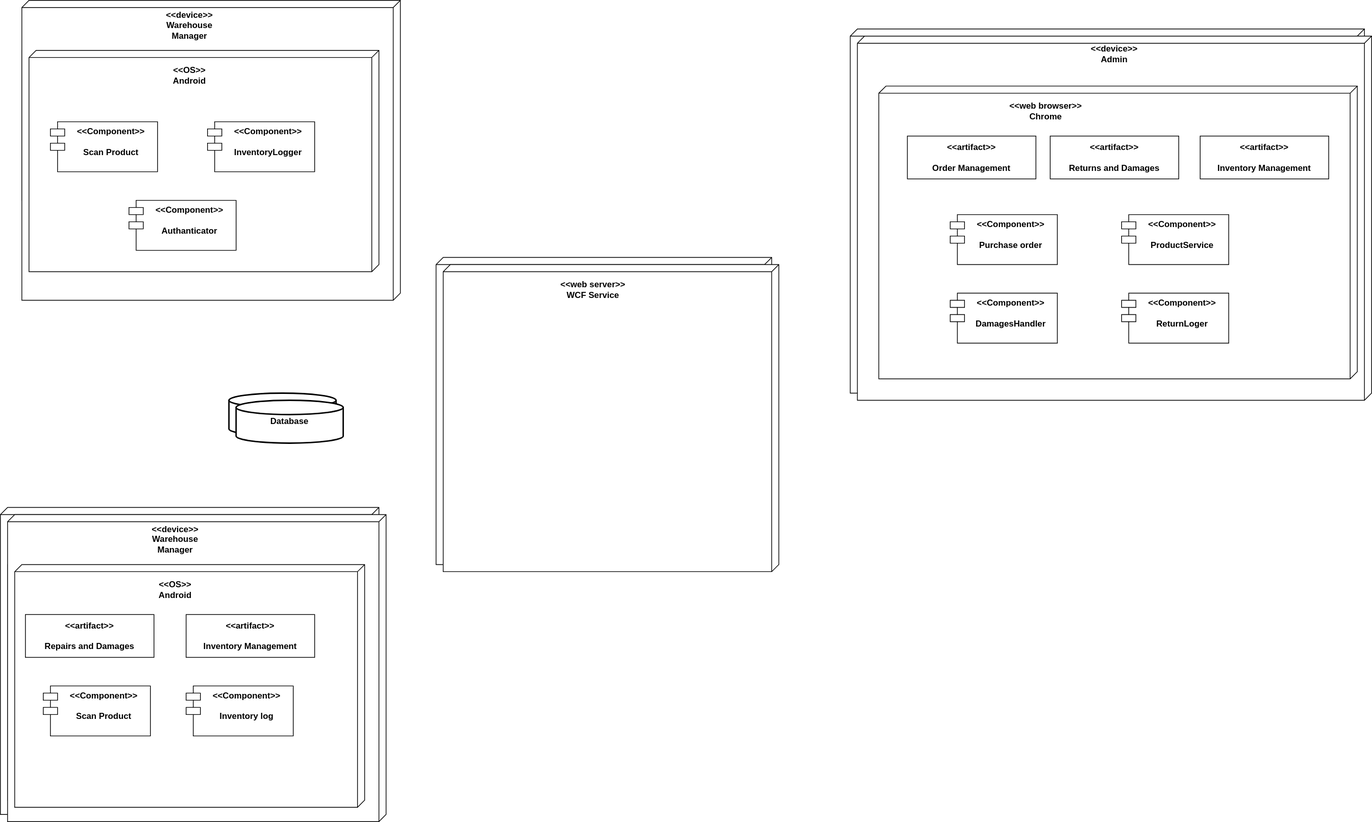
The draw.io diagram component_deployment.svg in Simamkele88/IFM3_GP, before a commit. Source tidied: cells renumbered, new cells last; positions are measured from the earlier drawing's top-left corner, leaving out a move shared by most shapes.
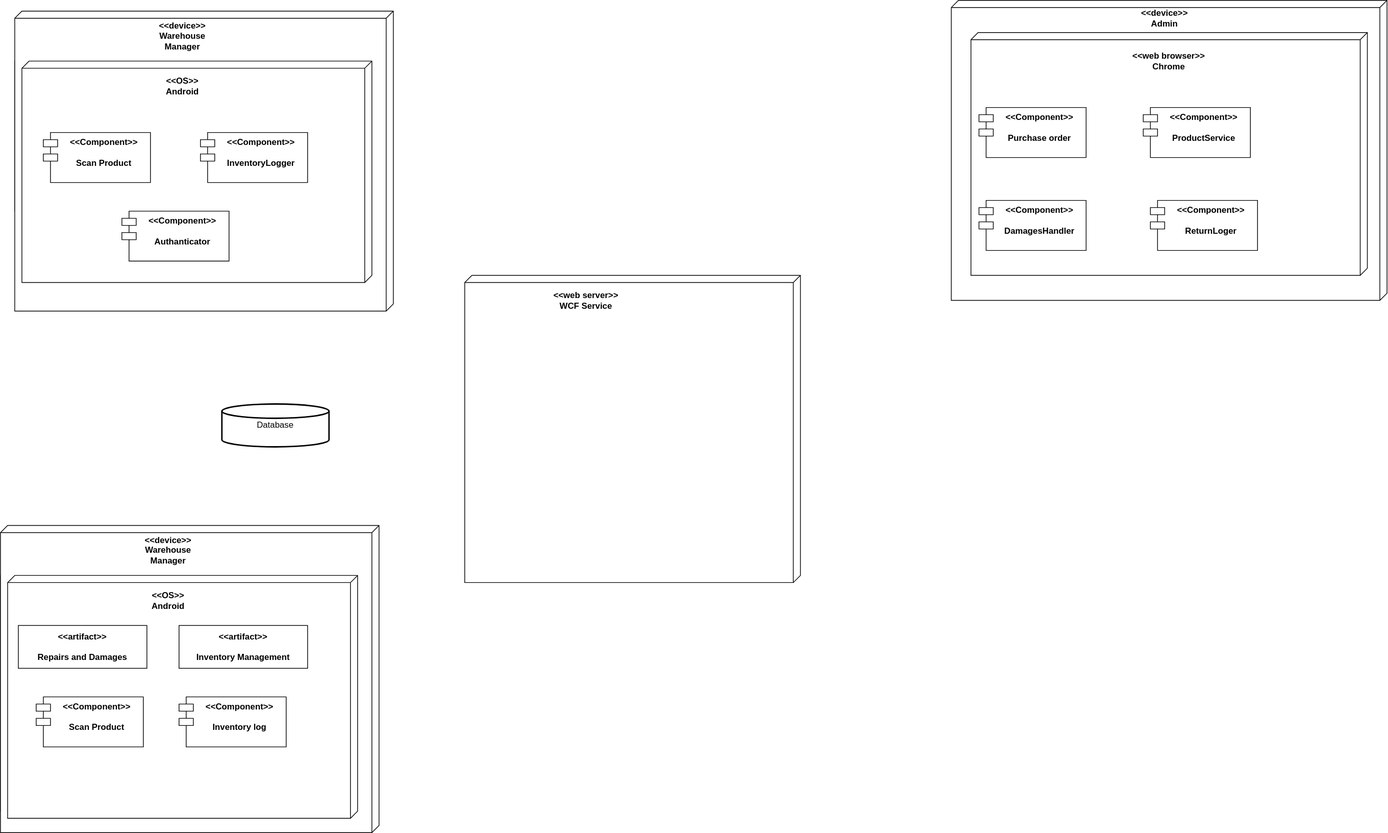
After the commit.

Diff of the diagram source:
```diff
@@ -17,51 +17,12 @@
     <mxCell id="6" value="&lt;div&gt;&amp;lt;&amp;lt;Component&amp;gt;&amp;gt;&lt;/div&gt;&lt;div&gt;&lt;br&gt;&lt;/div&gt;&lt;div&gt;InventoryLogger&lt;/div&gt;" style="shape=module;align=left;spacingLeft=20;align=center;verticalAlign=top;whiteSpace=wrap;html=1;" parent="1" vertex="1">
       <mxGeometry x="280" y="160" width="150" height="70" as="geometry" />
     </mxCell>
-    <mxCell id="7" style="verticalAlign=top;align=left;spacingTop=8;spacingLeft=2;spacingRight=12;shape=cube;size=10;direction=south;fontStyle=4;html=1;whiteSpace=wrap;" parent="1" vertex="1">
-      <mxGeometry x="1190" y="40" width="720" height="510" as="geometry" />
-    </mxCell>
-    <mxCell id="8" style="verticalAlign=top;align=left;spacingTop=8;spacingLeft=2;spacingRight=12;shape=cube;size=10;direction=south;fontStyle=4;html=1;whiteSpace=wrap;" parent="1" vertex="1">
-      <mxGeometry x="1220" y="110" width="670" height="410" as="geometry" />
-    </mxCell>
-    <mxCell id="9" value="&lt;div&gt;&amp;lt;&amp;lt;device&amp;gt;&amp;gt;&lt;/div&gt;&lt;div&gt;Admin&lt;/div&gt;" style="text;html=1;align=center;verticalAlign=middle;whiteSpace=wrap;rounded=0;" parent="1" vertex="1">
-      <mxGeometry x="1520" y="50" width="60" height="30" as="geometry" />
-    </mxCell>
-    <mxCell id="10" value="&lt;div&gt;&amp;lt;&amp;lt;web browser&amp;gt;&amp;gt;&lt;/div&gt;&lt;div&gt;Chrome&lt;/div&gt;" style="text;html=1;align=center;verticalAlign=middle;whiteSpace=wrap;rounded=0;" parent="1" vertex="1">
-      <mxGeometry x="1397.5" y="130" width="112.5" height="30" as="geometry" />
-    </mxCell>
-    <mxCell id="11" value="&lt;div&gt;&amp;lt;&amp;lt;Component&amp;gt;&amp;gt;&lt;/div&gt;&lt;div&gt;&lt;br&gt;&lt;/div&gt;&lt;div&gt;Purchase order&lt;/div&gt;" style="shape=module;align=left;spacingLeft=20;align=center;verticalAlign=top;whiteSpace=wrap;html=1;" parent="1" vertex="1">
-      <mxGeometry x="1320" y="290" width="150" height="70" as="geometry" />
-    </mxCell>
-    <mxCell id="12" value="&amp;lt;&amp;lt;artifact&amp;gt;&amp;gt;&lt;br&gt;&lt;br&gt;&lt;b&gt;Returns and Damages&lt;/b&gt;" style="html=1;align=center;verticalAlign=middle;dashed=0;whiteSpace=wrap;" parent="1" vertex="1">
-      <mxGeometry x="1460" y="180" width="180" height="60" as="geometry" />
-    </mxCell>
-    <mxCell id="13" value="&amp;lt;&amp;lt;artifact&amp;gt;&amp;gt;&lt;br&gt;&lt;br&gt;&lt;b&gt;Order Management&lt;/b&gt;" style="html=1;align=center;verticalAlign=middle;dashed=0;whiteSpace=wrap;" parent="1" vertex="1">
-      <mxGeometry x="1260" y="180" width="180" height="60" as="geometry" />
-    </mxCell>
-    <mxCell id="14" value="&lt;div&gt;&amp;lt;&amp;lt;Component&amp;gt;&amp;gt;&lt;/div&gt;&lt;div&gt;&lt;br&gt;&lt;/div&gt;&lt;div&gt;ProductService&lt;/div&gt;" style="shape=module;align=left;spacingLeft=20;align=center;verticalAlign=top;whiteSpace=wrap;html=1;" parent="1" vertex="1">
-      <mxGeometry x="1560" y="290" width="150" height="70" as="geometry" />
-    </mxCell>
-    <mxCell id="15" style="verticalAlign=top;align=left;spacingTop=8;spacingLeft=2;spacingRight=12;shape=cube;size=10;direction=south;fontStyle=4;html=1;whiteSpace=wrap;" parent="1" vertex="1">
-      <mxGeometry x="610" y="360" width="470" height="430" as="geometry" />
-    </mxCell>
     <mxCell id="16" value="&lt;div&gt;&amp;lt;&amp;lt;web server&amp;gt;&amp;gt;&lt;/div&gt;&lt;div&gt;WCF Service&lt;/div&gt;" style="text;html=1;align=center;verticalAlign=middle;whiteSpace=wrap;rounded=0;" parent="1" vertex="1">
       <mxGeometry x="770" y="380" width="100" height="30" as="geometry" />
     </mxCell>
     <mxCell id="17" value="Database" style="strokeWidth=2;html=1;shape=mxgraph.flowchart.database;whiteSpace=wrap;" parent="1" vertex="1">
       <mxGeometry x="320" y="550" width="150" height="60" as="geometry" />
     </mxCell>
-    <mxCell id="18" value="&amp;lt;&amp;lt;artifact&amp;gt;&amp;gt;&lt;br&gt;&lt;div&gt;&lt;b&gt;&lt;br&gt;&lt;/b&gt;&lt;/div&gt;&lt;div&gt;&lt;b&gt;Inventory Management&lt;/b&gt;&lt;/div&gt;" style="html=1;align=center;verticalAlign=middle;dashed=0;whiteSpace=wrap;" parent="1" vertex="1">
-      <mxGeometry x="1670" y="180" width="180" height="60" as="geometry" />
-    </mxCell>
-    <mxCell id="19" value="&lt;div&gt;&amp;lt;&amp;lt;Component&amp;gt;&amp;gt;&lt;/div&gt;&lt;div&gt;&lt;br&gt;&lt;/div&gt;&lt;div&gt;DamagesHandler&lt;/div&gt;" style="shape=module;align=left;spacingLeft=20;align=center;verticalAlign=top;whiteSpace=wrap;html=1;" parent="1" vertex="1">
-      <mxGeometry x="1320" y="400" width="150" height="70" as="geometry" />
-    </mxCell>
-    <mxCell id="20" value="&lt;div&gt;&amp;lt;&amp;lt;Component&amp;gt;&amp;gt;&lt;/div&gt;&lt;div&gt;&lt;br&gt;&lt;/div&gt;&lt;div&gt;ReturnLoger&lt;/div&gt;" style="shape=module;align=left;spacingLeft=20;align=center;verticalAlign=top;whiteSpace=wrap;html=1;" parent="1" vertex="1">
-      <mxGeometry x="1560" y="400" width="150" height="70" as="geometry" />
-    </mxCell>
-    <mxCell id="21" style="verticalAlign=top;align=left;spacingTop=8;spacingLeft=2;spacingRight=12;shape=cube;size=10;direction=south;fontStyle=4;html=1;whiteSpace=wrap;" parent="1" vertex="1">
-      <mxGeometry y="710" width="530" height="430" as="geometry" />
-    </mxCell>
     <mxCell id="22" style="verticalAlign=top;align=left;spacingTop=8;spacingLeft=2;spacingRight=12;shape=cube;size=10;direction=south;fontStyle=4;html=1;whiteSpace=wrap;" parent="1" vertex="1">
       <mxGeometry x="10" y="780" width="490" height="340" as="geometry" />
     </mxCell>
@@ -102,46 +63,34 @@
       <mxGeometry x="290" y="170" width="150" height="70" as="geometry" />
     </mxCell>
     <mxCell id="35" style="verticalAlign=top;align=left;spacingTop=8;spacingLeft=2;spacingRight=12;shape=cube;size=10;direction=south;fontStyle=5;html=1;whiteSpace=wrap;" parent="1" vertex="1">
-      <mxGeometry x="1200" y="50" width="720" height="510" as="geometry" />
+      <mxGeometry x="1341.2" y="-15" width="610" height="420" as="geometry" />
     </mxCell>
     <mxCell id="36" style="verticalAlign=top;align=left;spacingTop=8;spacingLeft=2;spacingRight=12;shape=cube;size=10;direction=south;fontStyle=5;html=1;whiteSpace=wrap;" parent="1" vertex="1">
-      <mxGeometry x="1230" y="120" width="670" height="410" as="geometry" />
+      <mxGeometry x="1368.8" y="30" width="555" height="340" as="geometry" />
     </mxCell>
     <mxCell id="37" value="&lt;div&gt;&amp;lt;&amp;lt;device&amp;gt;&amp;gt;&lt;/div&gt;&lt;div&gt;Admin&lt;/div&gt;" style="text;html=1;align=center;verticalAlign=middle;whiteSpace=wrap;rounded=0;fontStyle=1;" parent="1" vertex="1">
-      <mxGeometry x="1530" y="60" width="60" height="30" as="geometry" />
+      <mxGeometry x="1610" y="-5" width="60" height="30" as="geometry" />
     </mxCell>
     <mxCell id="38" value="&lt;div&gt;&amp;lt;&amp;lt;web browser&amp;gt;&amp;gt;&lt;/div&gt;&lt;div&gt;Chrome&lt;/div&gt;" style="text;html=1;align=center;verticalAlign=middle;whiteSpace=wrap;rounded=0;fontStyle=1;" parent="1" vertex="1">
-      <mxGeometry x="1407.5" y="140" width="112.5" height="30" as="geometry" />
+      <mxGeometry x="1590" y="55" width="112.5" height="30" as="geometry" />
     </mxCell>
     <mxCell id="39" value="&lt;div&gt;&amp;lt;&amp;lt;Component&amp;gt;&amp;gt;&lt;/div&gt;&lt;div&gt;&lt;br&gt;&lt;/div&gt;&lt;div&gt;Purchase order&lt;/div&gt;" style="shape=module;align=left;spacingLeft=20;align=center;verticalAlign=top;whiteSpace=wrap;html=1;fontStyle=1;" parent="1" vertex="1">
-      <mxGeometry x="1330" y="300" width="150" height="70" as="geometry" />
+      <mxGeometry x="1380" y="135" width="150" height="70" as="geometry" />
     </mxCell>
-    <mxCell id="40" value="&amp;lt;&amp;lt;artifact&amp;gt;&amp;gt;&lt;br&gt;&lt;br&gt;&lt;span&gt;Returns and Damages&lt;/span&gt;" style="html=1;align=center;verticalAlign=middle;dashed=0;whiteSpace=wrap;fontStyle=1;" parent="1" vertex="1">
-      <mxGeometry x="1470" y="190" width="180" height="60" as="geometry" />
-    </mxCell>
-    <mxCell id="41" value="&amp;lt;&amp;lt;artifact&amp;gt;&amp;gt;&lt;br&gt;&lt;br&gt;&lt;span&gt;Order Management&lt;/span&gt;" style="html=1;align=center;verticalAlign=middle;dashed=0;whiteSpace=wrap;fontStyle=1;" parent="1" vertex="1">
-      <mxGeometry x="1270" y="190" width="180" height="60" as="geometry" />
-    </mxCell>
     <mxCell id="42" value="&lt;div&gt;&amp;lt;&amp;lt;Component&amp;gt;&amp;gt;&lt;/div&gt;&lt;div&gt;&lt;br&gt;&lt;/div&gt;&lt;div&gt;ProductService&lt;/div&gt;" style="shape=module;align=left;spacingLeft=20;align=center;verticalAlign=top;whiteSpace=wrap;html=1;fontStyle=1;" parent="1" vertex="1">
-      <mxGeometry x="1570" y="300" width="150" height="70" as="geometry" />
+      <mxGeometry x="1610" y="135" width="150" height="70" as="geometry" />
     </mxCell>
     <mxCell id="43" style="verticalAlign=top;align=left;spacingTop=8;spacingLeft=2;spacingRight=12;shape=cube;size=10;direction=south;fontStyle=5;html=1;whiteSpace=wrap;" parent="1" vertex="1">
-      <mxGeometry x="620" y="370" width="470" height="430" as="geometry" />
+      <mxGeometry x="660" y="370" width="470" height="430" as="geometry" />
     </mxCell>
     <mxCell id="44" value="&lt;div&gt;&amp;lt;&amp;lt;web server&amp;gt;&amp;gt;&lt;/div&gt;&lt;div&gt;WCF Service&lt;/div&gt;" style="text;html=1;align=center;verticalAlign=middle;whiteSpace=wrap;rounded=0;fontStyle=1;" parent="1" vertex="1">
       <mxGeometry x="780" y="390" width="100" height="30" as="geometry" />
     </mxCell>
-    <mxCell id="45" value="Database" style="strokeWidth=2;html=1;shape=mxgraph.flowchart.database;whiteSpace=wrap;fontStyle=1;" parent="1" vertex="1">
-      <mxGeometry x="330" y="560" width="150" height="60" as="geometry" />
-    </mxCell>
-    <mxCell id="46" value="&amp;lt;&amp;lt;artifact&amp;gt;&amp;gt;&lt;br&gt;&lt;div&gt;&lt;span&gt;&lt;br&gt;&lt;/span&gt;&lt;/div&gt;&lt;div&gt;&lt;span&gt;Inventory Management&lt;/span&gt;&lt;/div&gt;" style="html=1;align=center;verticalAlign=middle;dashed=0;whiteSpace=wrap;fontStyle=1;" parent="1" vertex="1">
-      <mxGeometry x="1680" y="190" width="180" height="60" as="geometry" />
-    </mxCell>
     <mxCell id="47" value="&lt;div&gt;&amp;lt;&amp;lt;Component&amp;gt;&amp;gt;&lt;/div&gt;&lt;div&gt;&lt;br&gt;&lt;/div&gt;&lt;div&gt;DamagesHandler&lt;/div&gt;" style="shape=module;align=left;spacingLeft=20;align=center;verticalAlign=top;whiteSpace=wrap;html=1;fontStyle=1;" parent="1" vertex="1">
-      <mxGeometry x="1330" y="410" width="150" height="70" as="geometry" />
+      <mxGeometry x="1380" y="265" width="150" height="70" as="geometry" />
     </mxCell>
     <mxCell id="48" value="&lt;div&gt;&amp;lt;&amp;lt;Component&amp;gt;&amp;gt;&lt;/div&gt;&lt;div&gt;&lt;br&gt;&lt;/div&gt;&lt;div&gt;ReturnLoger&lt;/div&gt;" style="shape=module;align=left;spacingLeft=20;align=center;verticalAlign=top;whiteSpace=wrap;html=1;fontStyle=1;" parent="1" vertex="1">
-      <mxGeometry x="1570" y="410" width="150" height="70" as="geometry" />
+      <mxGeometry x="1620" y="265" width="150" height="70" as="geometry" />
     </mxCell>
     <mxCell id="49" style="verticalAlign=top;align=left;spacingTop=8;spacingLeft=2;spacingRight=12;shape=cube;size=10;direction=south;fontStyle=5;html=1;whiteSpace=wrap;" parent="1" vertex="1">
       <mxGeometry x="10" y="720" width="530" height="430" as="geometry" />
```
